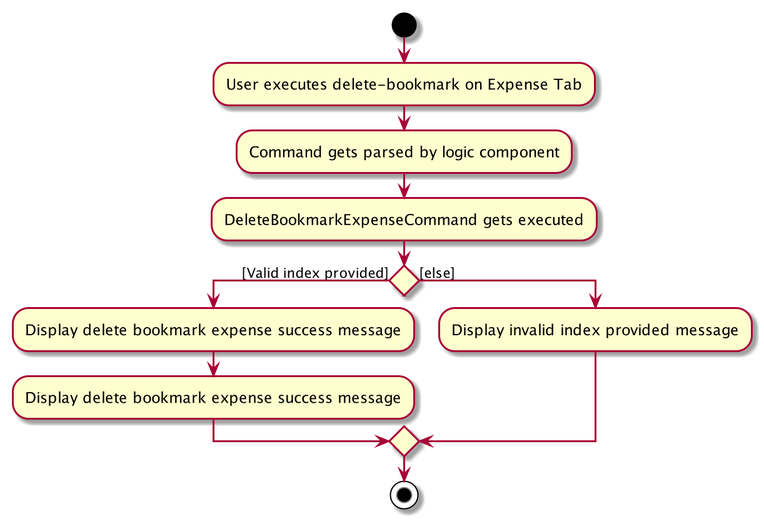
This is images/DeleteBookmarkExpenseActivityDiagram.png from wltan/tp, a PlantUML export, as it was before one commit.
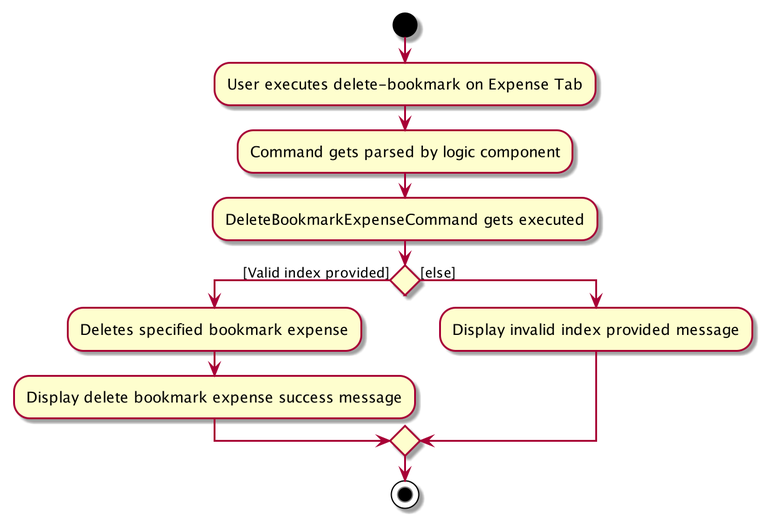
The same file after the commit.

Change to the diagram source:
```diff
@@ -5,7 +5,7 @@
 :DeleteBookmarkExpenseCommand gets executed;
 
 if () is ([Valid index provided]) then
-:Display delete bookmark expense success message;
+:Deletes specified bookmark expense;
 :Display delete bookmark expense success message;
 
 else ([else])
```
